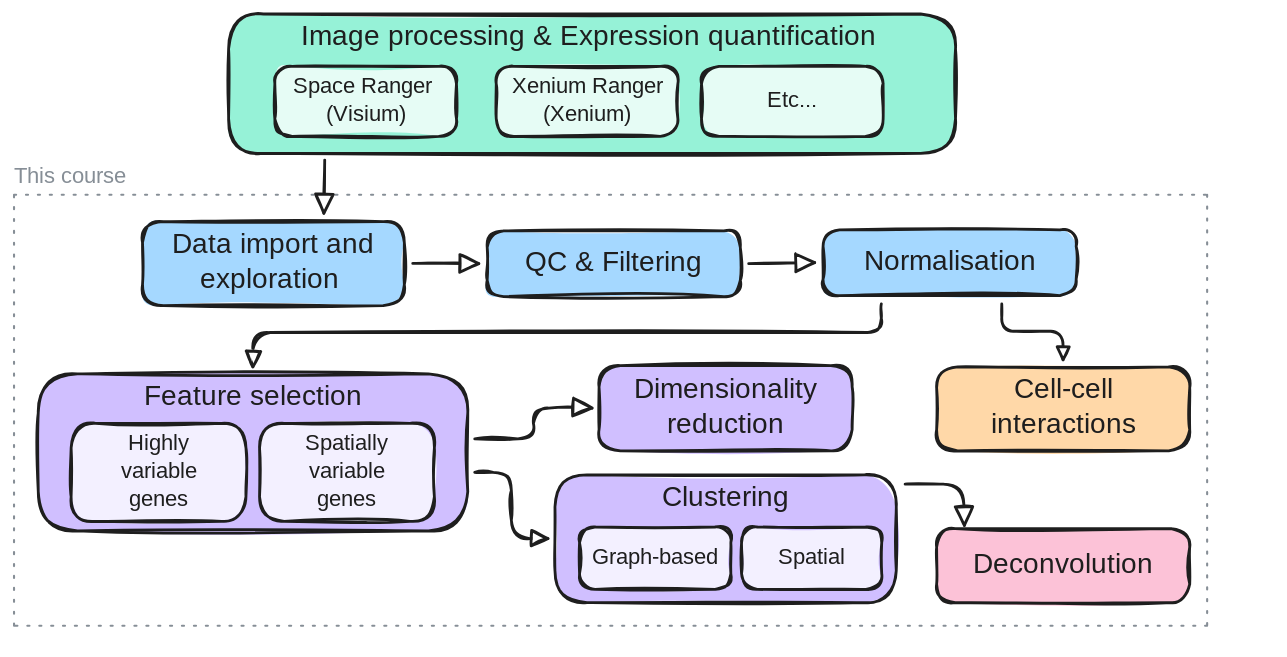
The Excalidraw diagram materials/images/analysis_workflow.excalidraw.svg in cambiotraining/spatial-transcriptomics, before a commit. Source tidied: one line per element, renumbered; positions are measured from the earlier drawing's top-left corner, leaving out a move shared by most shapes. The source it was exported from:
```json
{"id": 0, "type": "rectangle", "strokeColor": "#1e1e1e", "backgroundColor": "#a5d8ff", "fillStyle": "solid", "strokeWidth": 2, "roughness": 1, "round": true, "x": 92, "y": 148, "width": 187, "height": 60}
{"id": 1, "type": "text", "text": "Data import and\nexploration ", "strokeColor": "#1e1e1e", "strokeWidth": 2, "roughness": 1, "fontSize": 20, "fontFamily": 8, "textAlign": "center", "verticalAlign": "middle", "inside": 0, "x": 103, "y": 153, "width": 165, "height": 50}
{"id": 2, "type": "rectangle", "strokeColor": "#1e1e1e", "backgroundColor": "#96f2d7", "fillStyle": "solid", "strokeWidth": 2, "roughness": 1, "round": true, "x": 153, "y": 0, "width": 519, "height": 100}
{"id": 3, "type": "text", "text": "Image processing & Expression quantification ", "strokeColor": "#1e1e1e", "strokeWidth": 2, "roughness": 1, "fontSize": 20, "fontFamily": 8, "textAlign": "center", "inside": 2, "x": 165, "y": 5, "width": 495, "height": 25}
{"id": 4, "type": "rectangle", "strokeColor": "#1e1e1e", "backgroundColor": "#e6fcf5", "fillStyle": "solid", "strokeWidth": 2, "roughness": 1, "round": true, "x": 186, "y": 37, "width": 130, "height": 50}
{"id": 5, "type": "text", "text": "Space Ranger \n(Visium)", "strokeColor": "#1e1e1e", "strokeWidth": 2, "roughness": 1, "fontSize": 16, "fontFamily": 8, "textAlign": "center", "verticalAlign": "middle", "inside": 4, "x": 194, "y": 42, "width": 114, "height": 40}
{"id": 6, "type": "rectangle", "strokeColor": "#1e1e1e", "backgroundColor": "#e6fcf5", "fillStyle": "solid", "strokeWidth": 2, "roughness": 1, "round": true, "x": 345, "y": 37, "width": 130, "height": 50}
{"id": 7, "type": "text", "text": "Xenium Ranger\n(Xenium)", "strokeColor": "#1e1e1e", "strokeWidth": 2, "roughness": 1, "fontSize": 16, "fontFamily": 8, "textAlign": "center", "verticalAlign": "middle", "inside": 6, "x": 352, "y": 42, "width": 114, "height": 40}
{"id": 8, "type": "rectangle", "strokeColor": "#1e1e1e", "backgroundColor": "#e6fcf5", "fillStyle": "solid", "strokeWidth": 2, "roughness": 1, "round": true, "x": 491, "y": 37, "width": 130, "height": 50}
{"id": 9, "type": "text", "text": "Etc...", "strokeColor": "#1e1e1e", "strokeWidth": 2, "roughness": 1, "fontSize": 16, "fontFamily": 8, "textAlign": "center", "verticalAlign": "middle", "inside": 8, "x": 530, "y": 52, "width": 53, "height": 20}
{"id": 10, "type": "rectangle", "strokeColor": "#1e1e1e", "backgroundColor": "#a5d8ff", "fillStyle": "solid", "strokeWidth": 2, "roughness": 1, "round": true, "x": 338, "y": 155, "width": 181, "height": 47}
{"id": 11, "type": "text", "text": "QC & Filtering", "strokeColor": "#1e1e1e", "strokeWidth": 2, "roughness": 1, "fontSize": 20, "fontFamily": 8, "textAlign": "center", "verticalAlign": "middle", "inside": 10, "x": 351, "y": 166, "width": 154, "height": 25}
{"id": 12, "type": "rectangle", "strokeColor": "#1e1e1e", "backgroundColor": "#a5d8ff", "fillStyle": "solid", "strokeWidth": 2, "roughness": 1, "round": true, "x": 578, "y": 154, "width": 181, "height": 47}
{"id": 13, "type": "text", "text": "Normalisation", "strokeColor": "#1e1e1e", "strokeWidth": 2, "roughness": 1, "fontSize": 20, "fontFamily": 8, "textAlign": "center", "verticalAlign": "middle", "inside": 12, "x": 597, "y": 165, "width": 143, "height": 25}
{"id": 14, "type": "rectangle", "strokeColor": "#1e1e1e", "backgroundColor": "#d0bfff", "fillStyle": "solid", "strokeWidth": 2, "roughness": 1, "round": true, "x": 418, "y": 251, "width": 181, "height": 61}
{"id": 15, "type": "text", "text": "Dimensionality\nreduction", "strokeColor": "#1e1e1e", "strokeWidth": 2, "roughness": 1, "fontSize": 20, "fontFamily": 8, "textAlign": "center", "verticalAlign": "middle", "inside": 14, "x": 431, "y": 257, "width": 154, "height": 50}
{"id": 16, "type": "rectangle", "strokeColor": "#1e1e1e", "backgroundColor": "#ffd8a8", "fillStyle": "solid", "strokeWidth": 2, "roughness": 1, "round": true, "x": 659, "y": 252, "width": 181, "height": 60}
{"id": 17, "type": "text", "text": "Cell-cell\ninteractions", "strokeColor": "#1e1e1e", "strokeWidth": 2, "roughness": 1, "fontSize": 20, "fontFamily": 8, "textAlign": "center", "verticalAlign": "middle", "inside": 16, "x": 684, "y": 257, "width": 132, "height": 50}
{"id": 18, "type": "rectangle", "strokeColor": "#1e1e1e", "backgroundColor": "#fcc2d7", "fillStyle": "solid", "strokeWidth": 2, "roughness": 1, "round": true, "x": 659, "y": 368, "width": 181, "height": 53}
{"id": 19, "type": "text", "text": "Deconvolution", "strokeColor": "#1e1e1e", "strokeWidth": 2, "roughness": 1, "fontSize": 20, "fontFamily": 8, "textAlign": "center", "verticalAlign": "middle", "inside": 18, "x": 678, "y": 382, "width": 143, "height": 25}
{"id": 20, "type": "arrow", "strokeColor": "#1e1e1e", "strokeWidth": 2, "roughness": 1, "endArrowhead": "triangle_outline", "from": 0, "to": 10, "x": 285, "y": 178, "width": 47, "height": 0, "points": [[0, 0], [47, 0]]}
{"id": 21, "type": "arrow", "strokeColor": "#1e1e1e", "strokeWidth": 2, "roughness": 1, "endArrowhead": "triangle_outline", "from": 10, "to": 12, "x": 525, "y": 178, "width": 47, "height": 1, "points": [[0, 0], [47, -1]]}
{"id": 22, "type": "arrow", "strokeColor": "#1e1e1e", "strokeWidth": 2, "roughness": 1, "endArrowhead": "triangle_outline", "from": 12, "to": 29, "x": 620, "y": 207, "width": 449, "height": 45, "points": [[0, 0], [0, 20], [-449, 20], [-449, 45]]}
{"id": 23, "type": "arrow", "strokeColor": "#1e1e1e", "strokeWidth": 2, "roughness": 1, "endArrowhead": "triangle_outline", "from": 29, "to": 14, "x": 329, "y": 304, "width": 84, "height": 22, "points": [[0, 0], [42, 0], [42, -22], [84, -22]]}
{"id": 24, "type": "rectangle", "strokeColor": "#868e96", "strokeWidth": 1, "strokeStyle": "dotted", "roughness": 0, "x": 0, "y": 129, "width": 852, "height": 308}
{"id": 25, "type": "arrow", "strokeColor": "#1e1e1e", "backgroundColor": "#e6fcf5", "fillStyle": "solid", "strokeWidth": 2, "roughness": 1, "endArrowhead": "triangle_outline", "from": 2, "to": 0, "x": 222, "y": 104, "width": 1, "height": 38, "points": [[0, 0], [-1, 38]]}
{"id": 26, "type": "text", "text": "This course", "strokeColor": "#868e96", "strokeWidth": 2, "strokeStyle": "dotted", "roughness": 1, "fontSize": 16, "fontFamily": 8, "x": 0, "y": 107, "width": 97, "height": 20}
{"id": 27, "type": "arrow", "strokeColor": "#1e1e1e", "strokeWidth": 2, "roughness": 1, "endArrowhead": "triangle_outline", "from": 29, "to": 35, "x": 329, "y": 327, "width": 52, "height": 47, "points": [[0, 0], [26, 0], [26, 47], [52, 47]]}
{"id": 28, "type": "arrow", "strokeColor": "#1e1e1e", "strokeWidth": 2, "roughness": 1, "endArrowhead": "triangle_outline", "from": 12, "to": 16, "x": 706, "y": 207, "width": 44, "height": 40, "points": [[0, 0], [0, 19], [44, 19], [44, 40]]}
{"id": 29, "type": "rectangle", "strokeColor": "#1e1e1e", "backgroundColor": "#d0bfff", "fillStyle": "solid", "strokeWidth": 2, "roughness": 1, "round": true, "x": 17, "y": 257, "width": 307, "height": 112}
{"id": 30, "type": "text", "text": "Feature selection", "strokeColor": "#1e1e1e", "strokeWidth": 2, "roughness": 1, "fontSize": 20, "fontFamily": 8, "textAlign": "center", "inside": 29, "x": 77, "y": 262, "width": 187, "height": 25}
{"id": 31, "type": "rectangle", "strokeColor": "#1e1e1e", "backgroundColor": "#f3f0ff", "fillStyle": "solid", "strokeWidth": 2, "roughness": 1, "round": true, "x": 175, "y": 292, "width": 125, "height": 70}
{"id": 32, "type": "text", "text": "Spatially\nvariable\ngenes", "strokeColor": "#1e1e1e", "strokeWidth": 2, "roughness": 1, "fontSize": 16, "fontFamily": 8, "textAlign": "center", "verticalAlign": "middle", "inside": 31, "x": 198, "y": 297, "width": 79, "height": 60}
{"id": 33, "type": "rectangle", "strokeColor": "#1e1e1e", "backgroundColor": "#f3f0ff", "fillStyle": "solid", "strokeWidth": 2, "roughness": 1, "round": true, "x": 41, "y": 292, "width": 125, "height": 70}
{"id": 34, "type": "text", "text": "Highly\nvariable\ngenes", "strokeColor": "#1e1e1e", "strokeWidth": 2, "roughness": 1, "fontSize": 16, "fontFamily": 8, "textAlign": "center", "verticalAlign": "middle", "inside": 33, "x": 68, "y": 297, "width": 70, "height": 60}
{"id": 35, "type": "rectangle", "strokeColor": "#1e1e1e", "backgroundColor": "#d0bfff", "fillStyle": "solid", "strokeWidth": 2, "roughness": 1, "round": true, "x": 386, "y": 329, "width": 244, "height": 91}
{"id": 36, "type": "text", "text": "Clustering", "strokeColor": "#1e1e1e", "strokeWidth": 2, "roughness": 1, "fontSize": 20, "fontFamily": 8, "textAlign": "center", "inside": 35, "x": 453, "y": 334, "width": 110, "height": 25}
{"id": 37, "type": "rectangle", "strokeColor": "#1e1e1e", "backgroundColor": "#f3f0ff", "fillStyle": "solid", "strokeWidth": 2, "roughness": 1, "round": true, "x": 404, "y": 366, "width": 108, "height": 45}
{"id": 38, "type": "text", "text": "Graph-based", "strokeColor": "#1e1e1e", "strokeWidth": 2, "roughness": 1, "fontSize": 16, "fontFamily": 8, "textAlign": "center", "verticalAlign": "middle", "inside": 37, "x": 410, "y": 379, "width": 97, "height": 20}
{"id": 39, "type": "rectangle", "strokeColor": "#1e1e1e", "backgroundColor": "#f3f0ff", "fillStyle": "solid", "strokeWidth": 2, "roughness": 1, "round": true, "x": 520, "y": 366, "width": 100, "height": 45}
{"id": 40, "type": "text", "text": "Spatial", "strokeColor": "#1e1e1e", "strokeWidth": 2, "roughness": 1, "fontSize": 16, "fontFamily": 8, "textAlign": "center", "verticalAlign": "middle", "inside": 39, "x": 539, "y": 379, "width": 62, "height": 20}
{"id": 41, "type": "arrow", "strokeColor": "#1e1e1e", "strokeWidth": 2, "roughness": 1, "endArrowhead": "triangle_outline", "from": 35, "to": 18, "x": 637, "y": 336, "width": 42, "height": 30, "points": [[0, 0], [42, 0], [42, 30]]}
```
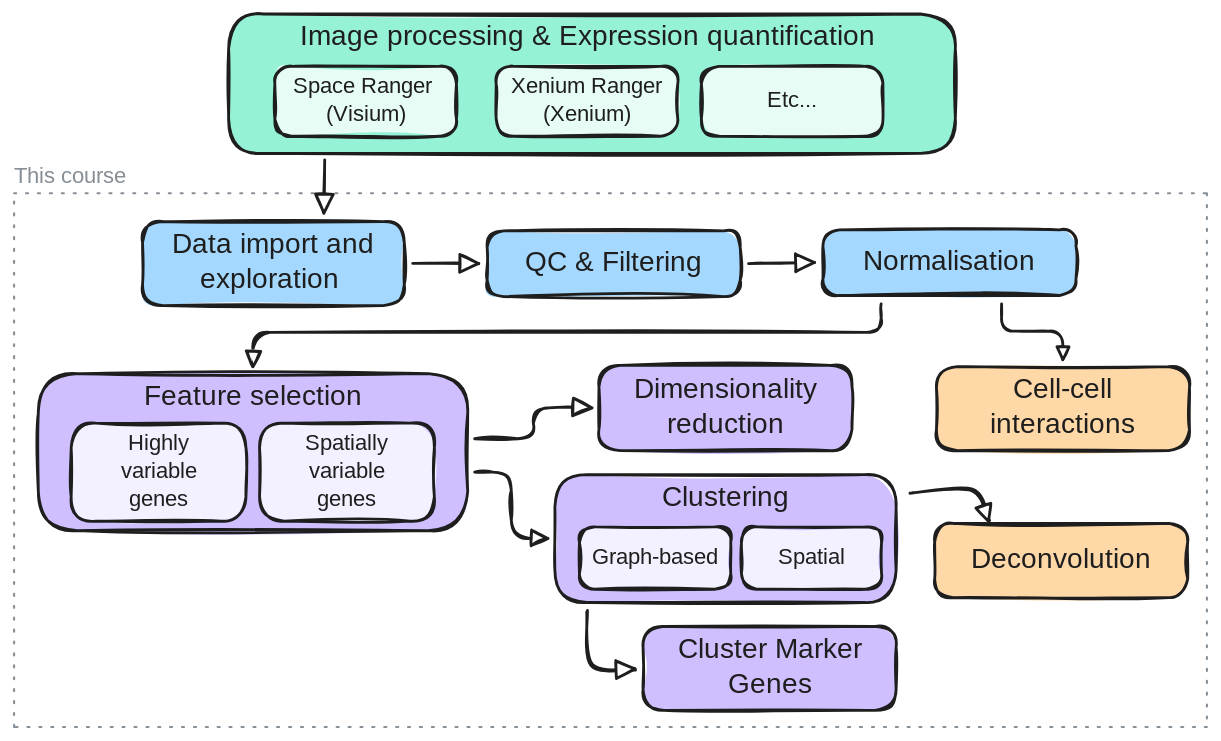
The same file after the commit.

The edit, as a diff of the source:
```diff
@@ -16,13 +16,15 @@
 {"id": 15, "type": "text", "text": "Dimensionality\nreduction", "strokeColor": "#1e1e1e", "strokeWidth": 2, "roughness": 1, "fontSize": 20, "fontFamily": 8, "textAlign": "center", "verticalAlign": "middle", "inside": 14, "x": 431, "y": 257, "width": 154, "height": 50}
 {"id": 16, "type": "rectangle", "strokeColor": "#1e1e1e", "backgroundColor": "#ffd8a8", "fillStyle": "solid", "strokeWidth": 2, "roughness": 1, "round": true, "x": 659, "y": 252, "width": 181, "height": 60}
 {"id": 17, "type": "text", "text": "Cell-cell\ninteractions", "strokeColor": "#1e1e1e", "strokeWidth": 2, "roughness": 1, "fontSize": 20, "fontFamily": 8, "textAlign": "center", "verticalAlign": "middle", "inside": 16, "x": 684, "y": 257, "width": 132, "height": 50}
-{"id": 18, "type": "rectangle", "strokeColor": "#1e1e1e", "backgroundColor": "#fcc2d7", "fillStyle": "solid", "strokeWidth": 2, "roughness": 1, "round": true, "x": 659, "y": 368, "width": 181, "height": 53}
+{"id": 18, "type": "rectangle", "strokeColor": "#1e1e1e", "backgroundColor": "#ffd8a8", "fillStyle": "solid", "strokeWidth": 2, "roughness": 1, "round": true, "x": 658, "y": 364, "width": 181, "height": 53}
-{"id": 19, "type": "text", "text": "Deconvolution", "strokeColor": "#1e1e1e", "strokeWidth": 2, "roughness": 1, "fontSize": 20, "fontFamily": 8, "textAlign": "center", "verticalAlign": "middle", "inside": 18, "x": 678, "y": 382, "width": 143, "height": 25}
+{"id": 19, "type": "text", "text": "Deconvolution", "strokeColor": "#1e1e1e", "strokeWidth": 2, "roughness": 1, "fontSize": 20, "fontFamily": 8, "textAlign": "center", "verticalAlign": "middle", "inside": 18, "x": 677, "y": 378, "width": 143, "height": 25}
+{"id": 42, "type": "rectangle", "strokeColor": "#1e1e1e", "backgroundColor": "#d0bfff", "fillStyle": "solid", "strokeWidth": 2, "roughness": 1, "round": true, "x": 449, "y": 438, "width": 181, "height": 60}
+{"id": 43, "type": "text", "text": "Cluster Marker\nGenes", "strokeColor": "#1e1e1e", "strokeWidth": 2, "roughness": 1, "fontSize": 20, "fontFamily": 8, "textAlign": "center", "verticalAlign": "middle", "inside": 42, "x": 463, "y": 443, "width": 154, "height": 50}
 {"id": 20, "type": "arrow", "strokeColor": "#1e1e1e", "strokeWidth": 2, "roughness": 1, "endArrowhead": "triangle_outline", "from": 0, "to": 10, "x": 285, "y": 178, "width": 47, "height": 0, "points": [[0, 0], [47, 0]]}
 {"id": 21, "type": "arrow", "strokeColor": "#1e1e1e", "strokeWidth": 2, "roughness": 1, "endArrowhead": "triangle_outline", "from": 10, "to": 12, "x": 525, "y": 178, "width": 47, "height": 1, "points": [[0, 0], [47, -1]]}
 {"id": 22, "type": "arrow", "strokeColor": "#1e1e1e", "strokeWidth": 2, "roughness": 1, "endArrowhead": "triangle_outline", "from": 12, "to": 29, "x": 620, "y": 207, "width": 449, "height": 45, "points": [[0, 0], [0, 20], [-449, 20], [-449, 45]]}
 {"id": 23, "type": "arrow", "strokeColor": "#1e1e1e", "strokeWidth": 2, "roughness": 1, "endArrowhead": "triangle_outline", "from": 29, "to": 14, "x": 329, "y": 304, "width": 84, "height": 22, "points": [[0, 0], [42, 0], [42, -22], [84, -22]]}
-{"id": 24, "type": "rectangle", "strokeColor": "#868e96", "strokeWidth": 1, "strokeStyle": "dotted", "roughness": 0, "x": 0, "y": 129, "width": 852, "height": 308}
+{"id": 24, "type": "rectangle", "strokeColor": "#868e96", "strokeWidth": 1, "strokeStyle": "dotted", "roughness": 0, "x": 0, "y": 128, "width": 852, "height": 381}
 {"id": 25, "type": "arrow", "strokeColor": "#1e1e1e", "backgroundColor": "#e6fcf5", "fillStyle": "solid", "strokeWidth": 2, "roughness": 1, "endArrowhead": "triangle_outline", "from": 2, "to": 0, "x": 222, "y": 104, "width": 1, "height": 38, "points": [[0, 0], [-1, 38]]}
 {"id": 26, "type": "text", "text": "This course", "strokeColor": "#868e96", "strokeWidth": 2, "strokeStyle": "dotted", "roughness": 1, "fontSize": 16, "fontFamily": 8, "x": 0, "y": 107, "width": 97, "height": 20}
 {"id": 27, "type": "arrow", "strokeColor": "#1e1e1e", "strokeWidth": 2, "roughness": 1, "endArrowhead": "triangle_outline", "from": 29, "to": 35, "x": 329, "y": 327, "width": 52, "height": 47, "points": [[0, 0], [26, 0], [26, 47], [52, 47]]}
@@ -39,4 +41,5 @@
 {"id": 38, "type": "text", "text": "Graph-based", "strokeColor": "#1e1e1e", "strokeWidth": 2, "roughness": 1, "fontSize": 16, "fontFamily": 8, "textAlign": "center", "verticalAlign": "middle", "inside": 37, "x": 410, "y": 379, "width": 97, "height": 20}
 {"id": 39, "type": "rectangle", "strokeColor": "#1e1e1e", "backgroundColor": "#f3f0ff", "fillStyle": "solid", "strokeWidth": 2, "roughness": 1, "round": true, "x": 520, "y": 366, "width": 100, "height": 45}
 {"id": 40, "type": "text", "text": "Spatial", "strokeColor": "#1e1e1e", "strokeWidth": 2, "roughness": 1, "fontSize": 16, "fontFamily": 8, "textAlign": "center", "verticalAlign": "middle", "inside": 39, "x": 539, "y": 379, "width": 62, "height": 20}
-{"id": 41, "type": "arrow", "strokeColor": "#1e1e1e", "strokeWidth": 2, "roughness": 1, "endArrowhead": "triangle_outline", "from": 35, "to": 18, "x": 637, "y": 336, "width": 42, "height": 30, "points": [[0, 0], [42, 0], [42, 30]]}
+{"id": 44, "type": "arrow", "strokeColor": "#1e1e1e", "backgroundColor": "#d0bfff", "fillStyle": "solid", "strokeWidth": 2, "roughness": 1, "endArrowhead": "triangle_outline", "round": true, "from": 35, "to": 18, "x": 641, "y": 341, "width": 57, "height": 23, "points": [[0, 0], [43, -1], [57, 22]]}
+{"id": 45, "type": "arrow", "strokeColor": "#1e1e1e", "backgroundColor": "#d0bfff", "fillStyle": "solid", "strokeWidth": 2, "roughness": 1, "endArrowhead": "triangle_outline", "round": true, "from": 37, "to": 42, "x": 409, "y": 426, "width": 35, "height": 42, "points": [[0, 0], [3, 39], [35, 42]]}
```
